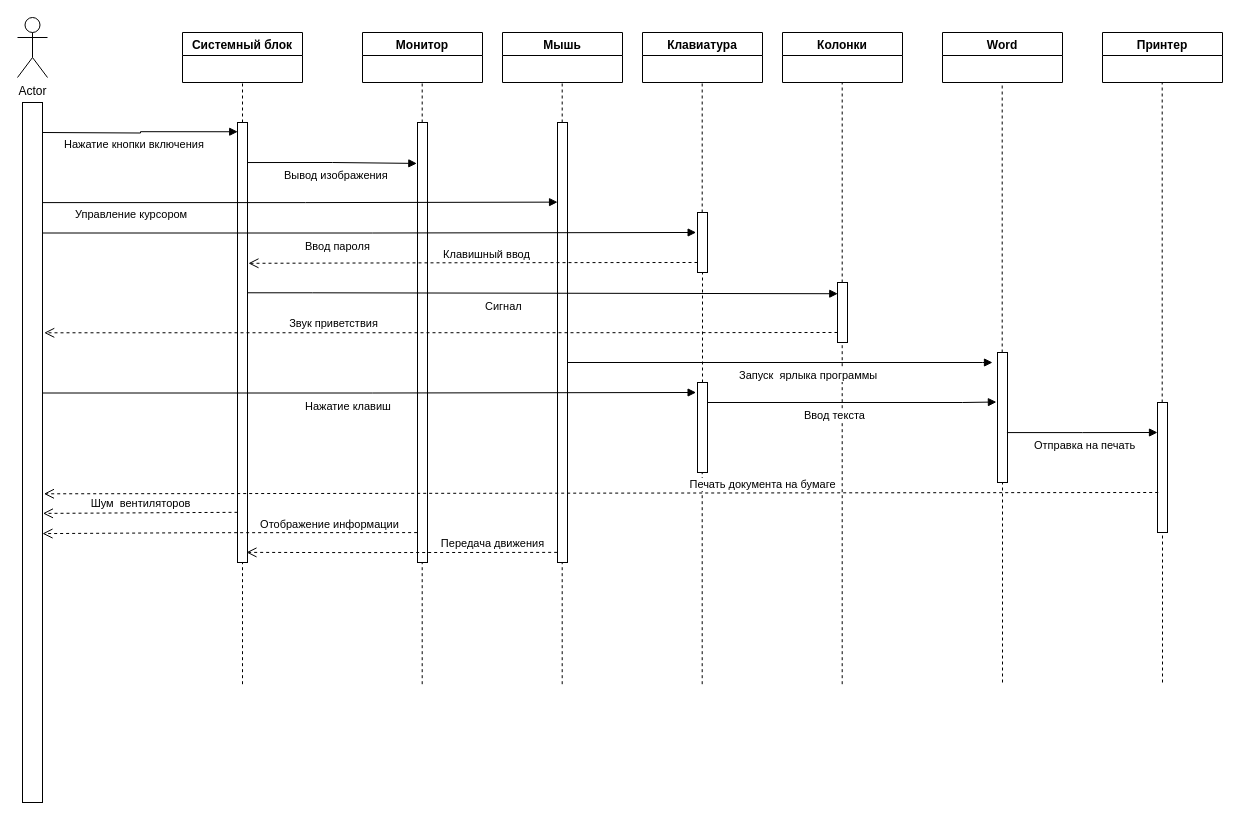
The draw.io diagram Диаграмма взаимодействия персональный компьютер.drawio in Mansurov512/OOP_DZ, before the edit. Source tidied: cells renumbered, new cells numbered last; positions are measured from the earlier drawing's top-left corner, leaving out a move shared by most shapes. Both pictures are drawn from the tidied source at 100%, with x=0, y=0 at pixel (17, 17).
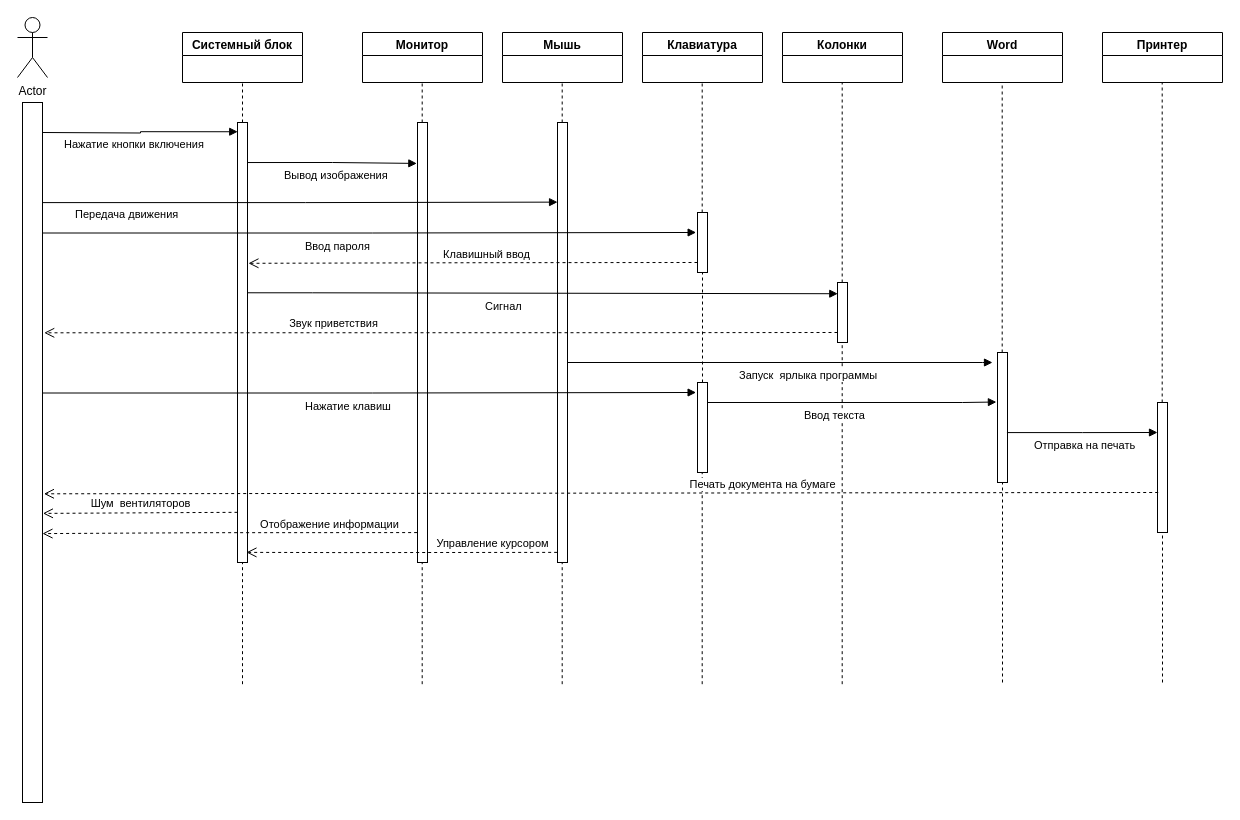
After the change.

Commit message:
Небольшие правки

The change refers to these unchanged cells:
```xml
<mxCell id="3" style="rounded=0;whiteSpace=wrap;html=1;" parent="1" vertex="1">
  <mxGeometry x="5" y="85" width="20" height="700" as="geometry" />
</mxCell>
<mxCell id="16" style="html=1;points=[];perimeter=orthogonalPerimeter;" parent="1" vertex="1">
  <mxGeometry x="220" y="105" width="10" height="440" as="geometry" />
</mxCell>
<mxCell id="23" style="html=1;points=[];perimeter=orthogonalPerimeter;" parent="1" vertex="1">
  <mxGeometry x="540" y="105" width="10" height="440" as="geometry" />
</mxCell>
```

Diff of the diagram source:
```diff
@@
-    <mxCell id="22" value="Управление курсором" style="endArrow=block;endFill=1;html=1;edgeStyle=orthogonalEdgeStyle;align=left;verticalAlign=top;rounded=0;entryX=0.005;entryY=0.181;entryDx=0;entryDy=0;entryPerimeter=0;exitX=1.014;exitY=0.143;exitDx=0;exitDy=0;exitPerimeter=0;" parent="1" edge="1" source="3" target="23">
+    <mxCell id="22" value="Передача движения" style="endArrow=block;endFill=1;html=1;edgeStyle=orthogonalEdgeStyle;align=left;verticalAlign=top;rounded=0;entryX=0.005;entryY=0.181;entryDx=0;entryDy=0;entryPerimeter=0;exitX=1.014;exitY=0.143;exitDx=0;exitDy=0;exitPerimeter=0;" parent="1" edge="1" source="3" target="23">
       <mxGeometry x="-0.88" y="1" relative="1" as="geometry">
         <Array as="points">
           <mxPoint x="288" y="185" />
         </Array>
       </mxGeometry>
     </mxCell>
@@
-    <mxCell id="25" value="Передача движения" style="html=1;verticalAlign=bottom;endArrow=open;dashed=1;endSize=8;rounded=0;entryX=0.894;entryY=0.977;entryDx=0;entryDy=0;entryPerimeter=0;exitX=-0.034;exitY=0.977;exitDx=0;exitDy=0;exitPerimeter=0;" parent="1" edge="1" source="23" target="16">
+    <mxCell id="25" value="Управление курсором" style="html=1;verticalAlign=bottom;endArrow=open;dashed=1;endSize=8;rounded=0;entryX=0.894;entryY=0.977;entryDx=0;entryDy=0;entryPerimeter=0;exitX=-0.034;exitY=0.977;exitDx=0;exitDy=0;exitPerimeter=0;" parent="1" edge="1" source="23" target="16">
       <mxGeometry x="-0.58" relative="1" as="geometry">
         <Array as="points">
           <mxPoint x="329.6" y="535.1" />
         </Array>
       </mxGeometry>
     </mxCell>
```
